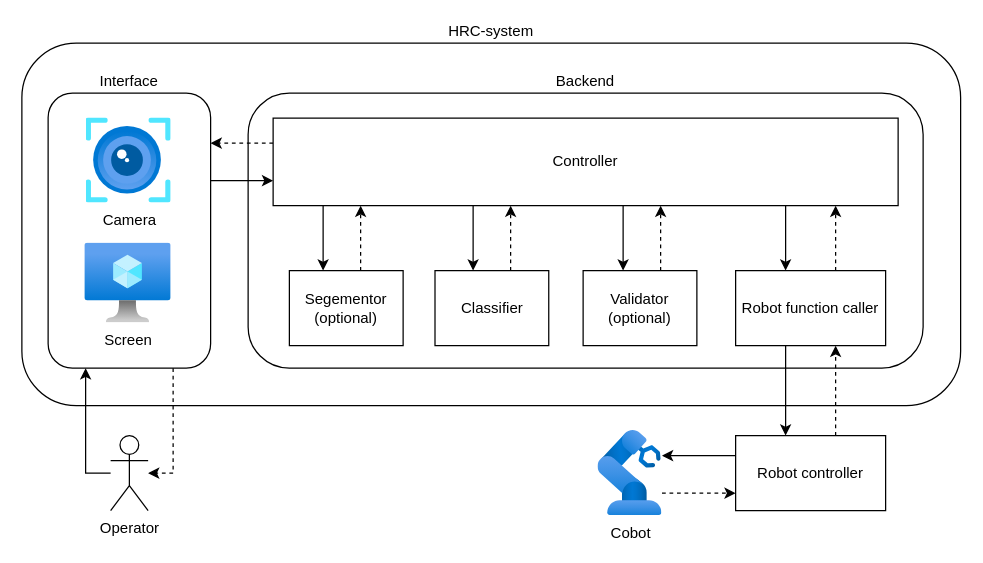
The draw.io diagram architecture.drawio in GreatSharky/CoHSCI, before the edit. Source tidied: cells renumbered, new cells numbered last; positions are measured from the earlier drawing's top-left corner, leaving out a move shared by most shapes. Both pictures are drawn from the tidied source at 125%, with x=0, y=0 at pixel (21, 42).
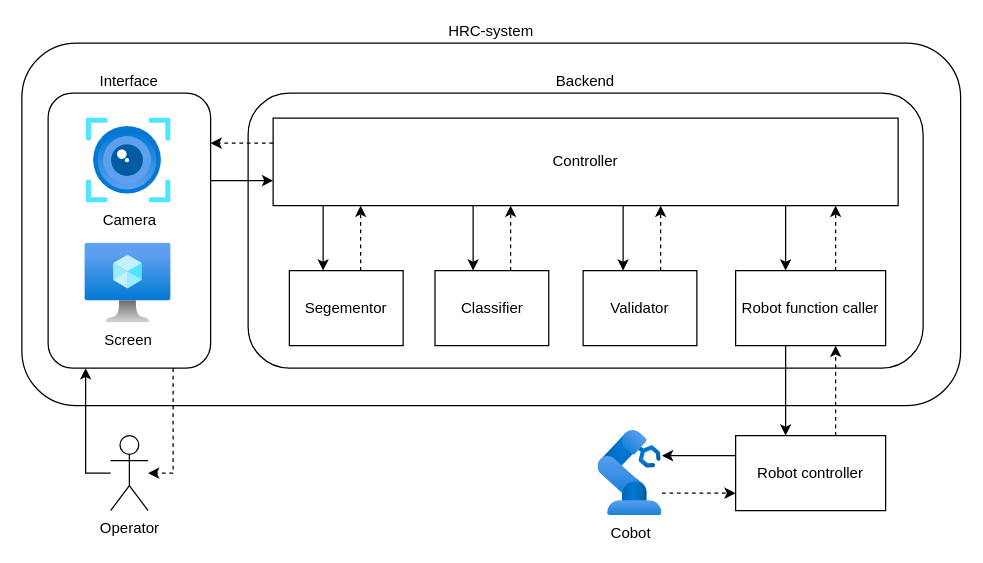
The same diagram, later.

Change to the diagram source:
```diff
@@
-    <mxCell id="20" value="Segementor&lt;div&gt;(optional)&lt;/div&gt;" style="rounded=0;whiteSpace=wrap;html=1;" parent="1" vertex="1">
+    <mxCell id="20" value="Segementor" style="rounded=0;whiteSpace=wrap;html=1;" parent="1" vertex="1">
       <mxGeometry x="214" y="182" width="91" height="60" as="geometry" />
     </mxCell>
@@
-    <mxCell id="24" value="Validator&lt;div&gt;(optional)&lt;/div&gt;" style="rounded=0;whiteSpace=wrap;html=1;" parent="1" vertex="1">
+    <mxCell id="24" value="Validator" style="rounded=0;whiteSpace=wrap;html=1;" parent="1" vertex="1">
       <mxGeometry x="449" y="182" width="91" height="60" as="geometry" />
     </mxCell>
```
